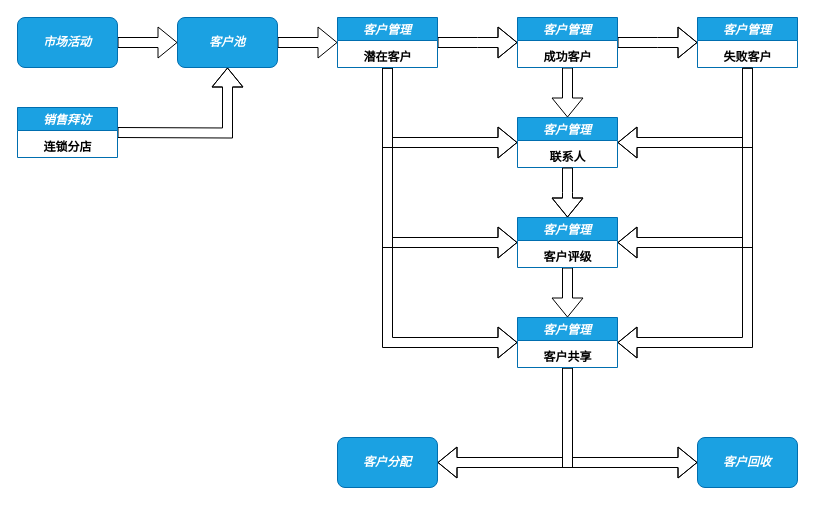
Before: page "客户管理" (2 of 3) of Untitled Diagram.drawio in rosickyli/Oracle_function, a draw.io diagram. Source tidied: cells renumbered, new cells numbered last; positions are measured from the earlier drawing's top-left corner, leaving out a move shared by most shapes. Both pictures are drawn from the tidied source at 100%, with x=0, y=0 at pixel (17, 17).
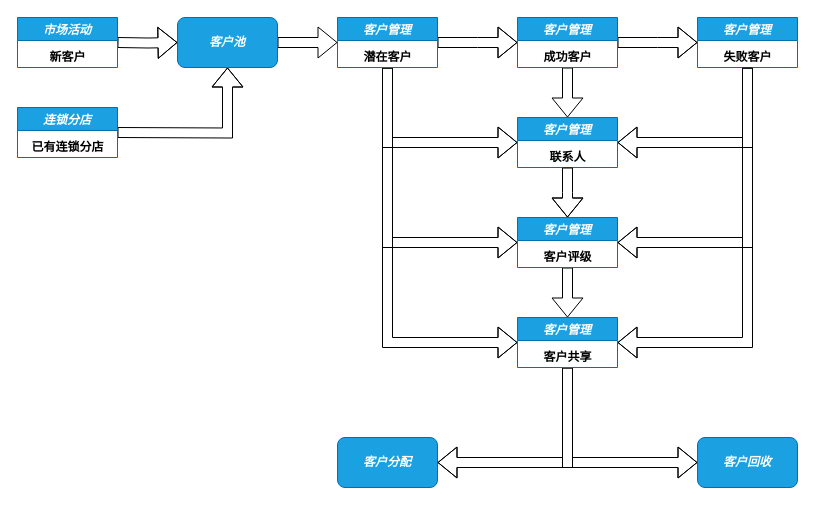
Above is the later version.

The change refers to these unchanged cells:
```xml
<mxCell id="29" value="客户池" style="rounded=1;whiteSpace=wrap;html=1;fontColor=#ffffff;fillColor=#1ba1e2;strokeColor=#006EAF;fontStyle=3;" parent="1" vertex="1">
  <mxGeometry x="160" width="100" height="50" as="geometry" />
</mxCell>
```

Diff of the diagram source:
```diff
@@
-    <mxCell id="31" style="edgeStyle=orthogonalEdgeStyle;shape=flexArrow;rounded=0;jettySize=auto;html=1;" parent="1" edge="1" source="32" target="29">
-      <mxGeometry relative="1" as="geometry" />
+    <mxCell id="31" style="edgeStyle=orthogonalEdgeStyle;shape=flexArrow;rounded=0;jettySize=auto;html=1;" parent="1" edge="1" target="29">
+      <mxGeometry relative="1" as="geometry">
+        <mxPoint x="100" y="25" as="sourcePoint" />
+      </mxGeometry>
     </mxCell>
-    <mxCell id="32" value="市场活动" style="rounded=1;whiteSpace=wrap;html=1;fontColor=#ffffff;fillColor=#1ba1e2;strokeColor=#006EAF;fontStyle=3;" parent="1" vertex="1">
-      <mxGeometry width="100" height="50" as="geometry" />
-    </mxCell>
@@
-    <mxCell id="34" value="销售拜访" style="swimlane;fontStyle=3;fillColor=#1ba1e2;strokeColor=#006EAF;fontColor=#ffffff;" parent="1" vertex="1">
+    <mxCell id="34" value="连锁分店" style="swimlane;fontStyle=3;fillColor=#1ba1e2;strokeColor=#006EAF;fontColor=#ffffff;" parent="1" vertex="1">
       <mxGeometry y="90" width="100" height="50" as="geometry" />
     </mxCell>
-    <mxCell id="35" value="&lt;span style=&quot;font-weight: 700&quot;&gt;连锁分店&lt;/span&gt;" style="text;html=1;align=center;verticalAlign=middle;strokeColor=none;fillColor=none;" parent="34" vertex="1">
-      <mxGeometry x="20" y="30" width="60" height="20" as="geometry" />
+    <mxCell id="35" value="&lt;span style=&quot;font-weight: 700&quot;&gt;已有连锁分店&lt;/span&gt;" style="text;html=1;align=center;verticalAlign=middle;strokeColor=none;fillColor=none;" parent="34" vertex="1">
+      <mxGeometry x="5" y="30" width="90" height="20" as="geometry" />
     </mxCell>
+    <mxCell id="32" value="市场活动" style="swimlane;fontStyle=3;fillColor=#1ba1e2;strokeColor=#006EAF;fontColor=#ffffff;" parent="1" vertex="1">
+      <mxGeometry width="100" height="50" as="geometry" />
+    </mxCell>
+    <mxCell id="36" value="&lt;span style=&quot;font-weight: 700&quot;&gt;新客户&lt;/span&gt;" style="text;html=1;align=center;verticalAlign=middle;strokeColor=none;fillColor=none;" parent="32" vertex="1">
+      <mxGeometry x="25" y="30" width="50" height="20" as="geometry" />
+    </mxCell>
```
